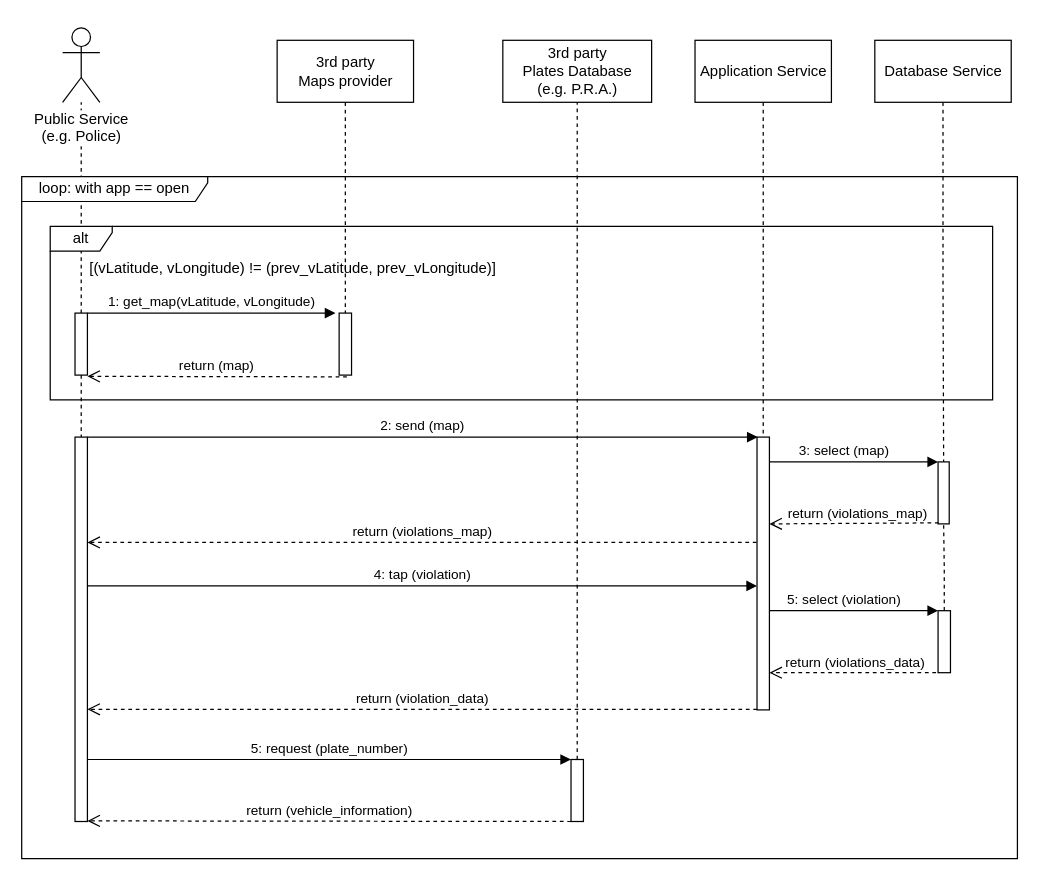
Tallino/DaneseSavoldelli keeps this draw.io diagram as RASD/assets/sequence_diagrams/workflow_public_subject_1.drawio. Above is the earlier version. Source tidied: cells renumbered, new cells numbered last; positions are measured from the earlier drawing's top-left corner, leaving out a move shared by most shapes. Both pictures are drawn from the tidied source at 124%, with x=0, y=0 at pixel (21, 27).
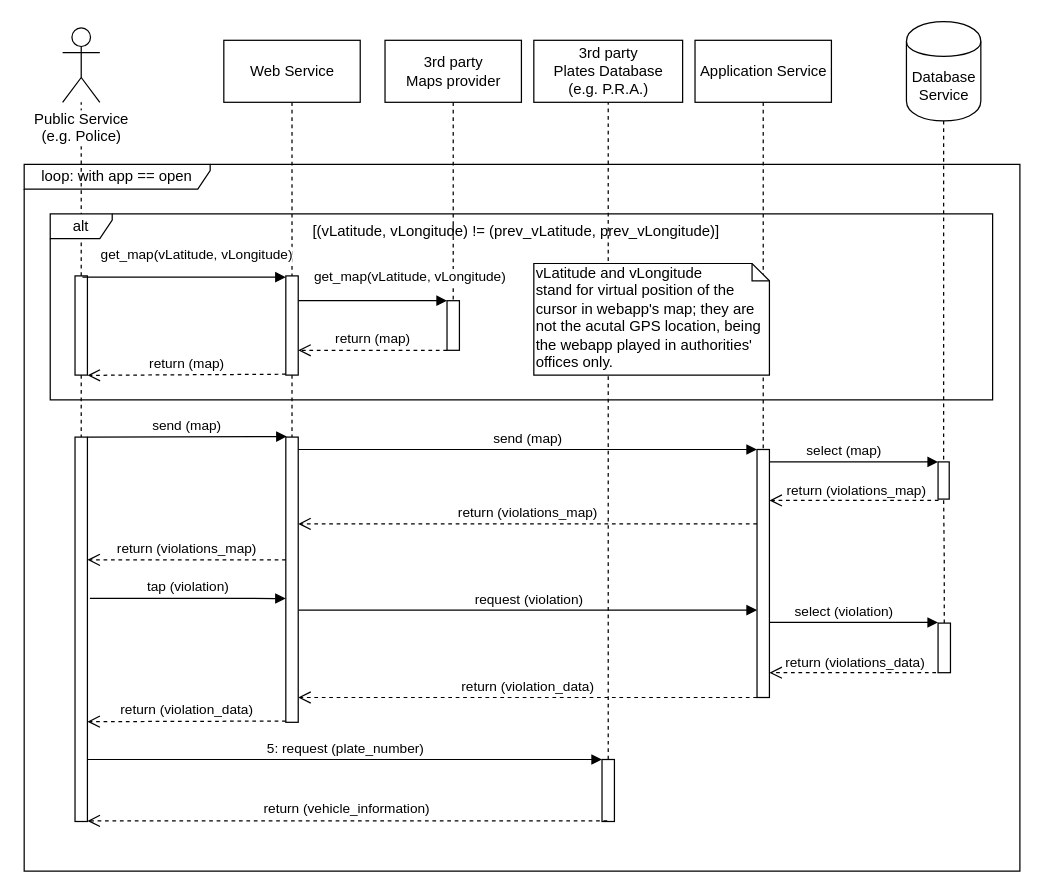
The same page after the edit.

The change refers to these unchanged cells:
```xml
<mxCell id="7" style="html=1;points=[];perimeter=orthogonalPerimeter;" parent="1" vertex="1">
  <mxGeometry x="43" y="330" width="10" height="310" as="geometry" />
</mxCell>
```

Change to the diagram source:
```diff
@@
+    <mxCell id="35" value="loop: with app == open" style="shape=umlFrame;whiteSpace=wrap;html=1;width=150;height=20;" parent="1" vertex="1">
+      <mxGeometry x="2" y="110" width="803" height="570" as="geometry" />
+    </mxCell>
@@
     <mxCell id="3" value="alt" style="shape=umlFrame;whiteSpace=wrap;html=1;width=50;height=20;" parent="1" vertex="1">
-      <mxGeometry x="23" y="160" width="760" height="140" as="geometry" />
+      <mxGeometry x="23" y="150" width="760" height="150" as="geometry" />
     </mxCell>
@@
     <mxCell id="6" style="html=1;points=[];perimeter=orthogonalPerimeter;" parent="1" vertex="1">
-      <mxGeometry x="43" y="230" width="10" height="50" as="geometry" />
+      <mxGeometry x="43" y="200" width="10" height="80" as="geometry" />
     </mxCell>
@@
     <mxCell id="8" style="html=1;points=[];perimeter=orthogonalPerimeter;" parent="1" vertex="1">
-      <mxGeometry x="256" y="230" width="10" height="50" as="geometry" />
+      <mxGeometry x="343" y="220" width="10" height="40" as="geometry" />
     </mxCell>
@@
     <mxCell id="10" value="3rd party&lt;br&gt;Maps provider" style="html=1;" parent="1" vertex="1">
-      <mxGeometry x="206" y="10" width="110" height="50" as="geometry" />
+      <mxGeometry x="293" y="10" width="110" height="50" as="geometry" />
     </mxCell>
@@
-    <mxCell id="12" value="Database Service" style="html=1;" parent="1" vertex="1">
-      <mxGeometry x="688" y="10" width="110" height="50" as="geometry" />
-    </mxCell>
@@
     <mxCell id="15" style="html=1;points=[];perimeter=orthogonalPerimeter;" parent="1" vertex="1">
-      <mxGeometry x="593" y="330" width="10" height="220" as="geometry" />
+      <mxGeometry x="593" y="340" width="10" height="200" as="geometry" />
     </mxCell>
-    <mxCell id="16" value="1: get_map(vLatitude, vLongitude)" style="html=1;verticalAlign=bottom;endArrow=block;" parent="1" edge="1">
-      <mxGeometry relative="1" as="geometry">
-        <mxPoint x="53" y="230" as="sourcePoint" />
-        <mxPoint x="253" y="230" as="targetPoint" />
+    <mxCell id="16" value="get_map(vLatitude, vLongitude)" style="html=1;verticalAlign=bottom;endArrow=block;" parent="1" edge="1" target="8">
+      <mxGeometry x="0.5" y="10" relative="1" as="geometry">
+        <mxPoint x="223" y="220" as="sourcePoint" />
       </mxGeometry>
     </mxCell>
-    <mxCell id="17" value="return (map)" style="html=1;verticalAlign=bottom;endArrow=open;dashed=1;endSize=8;exitX=0.62;exitY=1.028;exitDx=0;exitDy=0;exitPerimeter=0;" parent="1" edge="1" source="8">
+    <mxCell id="17" value="return (map)" style="html=1;verticalAlign=bottom;endArrow=open;dashed=1;endSize=8;" parent="1" edge="1" source="8" target="39">
       <mxGeometry relative="1" as="geometry">
-        <mxPoint x="53" y="281" as="targetPoint" />
+        <Array as="points">
+          <mxPoint x="253" y="260" />
+        </Array>
       </mxGeometry>
     </mxCell>
     <mxCell id="18" value="[(vLatitude, vLongitude) != (prev_vLatitude, prev_vLongitude)]" style="text;html=1;" parent="1" vertex="1">
-      <mxGeometry x="53" y="180" width="300" height="30" as="geometry" />
+      <mxGeometry x="233" y="150" width="300" height="30" as="geometry" />
     </mxCell>
-    <mxCell id="19" value="4: tap (violation)" style="html=1;verticalAlign=bottom;endArrow=block;" parent="1" edge="1" source="7" target="15">
+    <mxCell id="19" value="tap (violation)" style="html=1;verticalAlign=bottom;endArrow=block;entryX=0;entryY=0.566;entryDx=0;entryDy=0;entryPerimeter=0;" parent="1" edge="1" target="40">
       <mxGeometry relative="1" as="geometry">
-        <Array as="points">
-          <mxPoint x="173" y="450" />
-        </Array>
+        <mxPoint x="55" y="460" as="sourcePoint" />
       </mxGeometry>
     </mxCell>
-    <mxCell id="20" value="return (violation_data)" style="html=1;verticalAlign=bottom;endArrow=open;dashed=1;endSize=8;" parent="1" edge="1">
+    <mxCell id="20" value="return (violation_data)" style="html=1;verticalAlign=bottom;endArrow=open;dashed=1;endSize=8;" parent="1" edge="1" source="15" target="40">
       <mxGeometry relative="1" as="geometry">
-        <mxPoint x="593" y="549.5" as="sourcePoint" />
-        <mxPoint x="53" y="549.5" as="targetPoint" />
+        <Array as="points">
+          <mxPoint x="563" y="540" />
+        </Array>
       </mxGeometry>
     </mxCell>
@@
     <mxCell id="23" style="html=1;points=[];perimeter=orthogonalPerimeter;" parent="1" vertex="1">
-      <mxGeometry x="739" y="470" width="10" height="50" as="geometry" />
+      <mxGeometry x="739" y="480" width="10" height="40" as="geometry" />
     </mxCell>
     <mxCell id="24" style="html=1;points=[];perimeter=orthogonalPerimeter;" parent="1" vertex="1">
-      <mxGeometry x="739" y="350" width="9" height="50" as="geometry" />
+      <mxGeometry x="739" y="350" width="9" height="30" as="geometry" />
     </mxCell>
-    <mxCell id="25" value="return (violations_map)" style="html=1;verticalAlign=bottom;endArrow=open;dashed=1;endSize=8;exitX=-0.04;exitY=0.386;exitDx=0;exitDy=0;exitPerimeter=0;" parent="1" edge="1" source="15" target="7">
-      <mxGeometry relative="1" as="geometry" />
+    <mxCell id="25" value="return (violations_map)" style="html=1;verticalAlign=bottom;endArrow=open;dashed=1;endSize=8;" parent="1" edge="1" source="15" target="40">
+      <mxGeometry relative="1" as="geometry">
+        <Array as="points">
+          <mxPoint x="363" y="400" />
+        </Array>
+      </mxGeometry>
     </mxCell>
     <mxCell id="26" value="3rd party&lt;br&gt;Plates Database&lt;br&gt;(e.g. P.R.A.)" style="html=1;" parent="1" vertex="1">
-      <mxGeometry x="388" y="10" width="120" height="50" as="geometry" />
+      <mxGeometry x="413" y="10" width="120" height="50" as="geometry" />
     </mxCell>
@@
     <mxCell id="28" style="html=1;points=[];perimeter=orthogonalPerimeter;" parent="1" vertex="1">
-      <mxGeometry x="443" y="590" width="10" height="50" as="geometry" />
+      <mxGeometry x="468" y="590" width="10" height="50" as="geometry" />
     </mxCell>
-    <mxCell id="29" value="return (vehicle_information)" style="html=1;verticalAlign=bottom;endArrow=open;dashed=1;endSize=8;" parent="1" edge="1">
+    <mxCell id="29" value="return (vehicle_information)" style="html=1;verticalAlign=bottom;endArrow=open;dashed=1;endSize=8;exitX=0.42;exitY=0.988;exitDx=0;exitDy=0;exitPerimeter=0;" parent="1" edge="1" source="28">
       <mxGeometry relative="1" as="geometry">
-        <mxPoint x="443" y="640" as="sourcePoint" />
         <mxPoint x="53" y="639.5" as="targetPoint" />
       </mxGeometry>
     </mxCell>
-    <mxCell id="30" value="3: select (map)" style="html=1;verticalAlign=bottom;endArrow=block;" parent="1" edge="1" source="15" target="24">
+    <mxCell id="30" value="select (map)" style="html=1;verticalAlign=bottom;endArrow=block;" parent="1" edge="1" source="15" target="24">
       <mxGeometry x="-0.12" relative="1" as="geometry">
         <Array as="points">
           <mxPoint x="643" y="350" />
         </Array>
       </mxGeometry>
     </mxCell>
-    <mxCell id="31" value="return (violations_map)" style="html=1;verticalAlign=bottom;endArrow=open;dashed=1;endSize=8;exitX=0.056;exitY=0.983;exitDx=0;exitDy=0;exitPerimeter=0;" parent="1" edge="1" source="24">
-      <mxGeometry x="-0.03" y="1" relative="1" as="geometry">
-        <mxPoint x="603" y="400" as="targetPoint" />
-      </mxGeometry>
+    <mxCell id="31" value="return (violations_map)" style="html=1;verticalAlign=bottom;endArrow=open;dashed=1;endSize=8;exitX=0.044;exitY=1.035;exitDx=0;exitDy=0;exitPerimeter=0;" parent="1" edge="1" source="24" target="15">
+      <mxGeometry x="-0.03" y="1" relative="1" as="geometry" />
     </mxCell>
-    <mxCell id="32" value="2: send (map)" style="html=1;verticalAlign=bottom;endArrow=block;exitX=0.96;exitY=0.35;exitDx=0;exitDy=0;exitPerimeter=0;" parent="1" edge="1">
+    <mxCell id="32" value="send (map)" style="html=1;verticalAlign=bottom;endArrow=block;exitX=0.96;exitY=0.35;exitDx=0;exitDy=0;exitPerimeter=0;entryX=0.08;entryY=-0.002;entryDx=0;entryDy=0;entryPerimeter=0;" parent="1" edge="1" target="40">
       <mxGeometry relative="1" as="geometry">
         <mxPoint x="53.1" y="330" as="sourcePoint" />
-        <mxPoint x="593.5" y="330" as="targetPoint" />
       </mxGeometry>
     </mxCell>
-    <mxCell id="33" value="5: select (violation)" style="html=1;verticalAlign=bottom;endArrow=block;" parent="1" edge="1">
+    <mxCell id="33" value="select (violation)" style="html=1;verticalAlign=bottom;endArrow=block;" parent="1" edge="1">
       <mxGeometry x="-0.12" relative="1" as="geometry">
-        <mxPoint x="603" y="470" as="sourcePoint" />
-        <mxPoint x="739" y="470" as="targetPoint" />
+        <mxPoint x="603" y="479.5" as="sourcePoint" />
+        <mxPoint x="739" y="479.5" as="targetPoint" />
         <Array as="points">
-          <mxPoint x="643" y="470" />
+          <mxPoint x="643" y="479.5" />
         </Array>
       </mxGeometry>
     </mxCell>
@@
-    <mxCell id="35" value="loop: with app == open" style="shape=umlFrame;whiteSpace=wrap;html=1;width=150;height=20;" parent="1" vertex="1">
-      <mxGeometry y="120" width="803" height="550" as="geometry" />
-    </mxCell>
+    <mxCell id="36" style="edgeStyle=orthogonalEdgeStyle;rounded=0;jettySize=auto;html=1;dashed=1;labelBackgroundColor=none;startArrow=none;startFill=0;endArrow=none;endFill=0;" parent="1" edge="1" source="37" target="39">
+      <mxGeometry relative="1" as="geometry" />
+    </mxCell>
+    <mxCell id="37" value="Web Service" style="html=1;" parent="1" vertex="1">
+      <mxGeometry x="163" y="10" width="110" height="50" as="geometry" />
+    </mxCell>
+    <mxCell id="38" style="edgeStyle=orthogonalEdgeStyle;rounded=0;jettySize=auto;html=1;dashed=1;labelBackgroundColor=none;startArrow=none;startFill=0;endArrow=none;endFill=0;" parent="1" edge="1" source="39" target="40">
+      <mxGeometry relative="1" as="geometry" />
+    </mxCell>
+    <mxCell id="39" style="html=1;points=[];perimeter=orthogonalPerimeter;" parent="1" vertex="1">
+      <mxGeometry x="213" y="200" width="10" height="80" as="geometry" />
+    </mxCell>
+    <mxCell id="40" style="html=1;points=[];perimeter=orthogonalPerimeter;" parent="1" vertex="1">
+      <mxGeometry x="213" y="330" width="10" height="230" as="geometry" />
+    </mxCell>
+    <mxCell id="41" value="get_map(vLatitude, vLongitude)" style="html=1;verticalAlign=bottom;endArrow=block;exitX=0.6;exitY=0.013;exitDx=0;exitDy=0;exitPerimeter=0;" parent="1" edge="1" source="6" target="39">
+      <mxGeometry x="0.12" y="10" relative="1" as="geometry">
+        <mxPoint y="1" as="offset" />
+      </mxGeometry>
+    </mxCell>
+    <mxCell id="42" value="return (map)" style="html=1;verticalAlign=bottom;endArrow=open;dashed=1;endSize=8;entryX=0.96;entryY=0.617;entryDx=0;entryDy=0;entryPerimeter=0;exitX=0;exitY=0.991;exitDx=0;exitDy=0;exitPerimeter=0;" parent="1" edge="1" source="39">
+      <mxGeometry relative="1" as="geometry">
+        <mxPoint x="53.1" y="280.2" as="targetPoint" />
+      </mxGeometry>
+    </mxCell>
+    <mxCell id="43" value="send (map)" style="html=1;verticalAlign=bottom;endArrow=block;" parent="1" edge="1" source="40">
+      <mxGeometry relative="1" as="geometry">
+        <mxPoint x="593" y="340" as="targetPoint" />
+      </mxGeometry>
+    </mxCell>
+    <mxCell id="44" value="return (violations_map)" style="html=1;verticalAlign=bottom;endArrow=open;dashed=1;endSize=8;" parent="1" edge="1">
+      <mxGeometry relative="1" as="geometry">
+        <mxPoint x="213" y="429" as="sourcePoint" />
+        <mxPoint x="53" y="429" as="targetPoint" />
+        <Array as="points">
+          <mxPoint x="193" y="429" />
+        </Array>
+      </mxGeometry>
+    </mxCell>
+    <mxCell id="45" value="request (violation)" style="html=1;verticalAlign=bottom;endArrow=block;" parent="1" edge="1" target="15">
+      <mxGeometry relative="1" as="geometry">
+        <mxPoint x="223.5" y="469.5" as="sourcePoint" />
+      </mxGeometry>
+    </mxCell>
+    <mxCell id="46" value="return (violation_data)" style="html=1;verticalAlign=bottom;endArrow=open;dashed=1;endSize=8;" parent="1" edge="1">
+      <mxGeometry relative="1" as="geometry">
+        <mxPoint x="213" y="559" as="sourcePoint" />
+        <mxPoint x="53" y="559.5" as="targetPoint" />
+      </mxGeometry>
+    </mxCell>
+    <mxCell id="47" value="vLatitude and vLongitude&lt;br&gt;stand for virtual position of the cursor in webapp's map; they are not the acutal GPS location, being the webapp played in authorities' offices only." style="shape=note;whiteSpace=wrap;html=1;size=14;verticalAlign=top;align=left;spacingTop=-6;" parent="1" vertex="1">
+      <mxGeometry x="413" y="190" width="190" height="90" as="geometry" />
+    </mxCell>
+    <mxCell id="12" value="Database&lt;br&gt;Service" style="shape=cylinder;whiteSpace=wrap;html=1;boundedLbl=1;backgroundOutline=1;" parent="1" vertex="1">
+      <mxGeometry x="713.5" y="-5" width="60" height="80" as="geometry" />
+    </mxCell>
```
